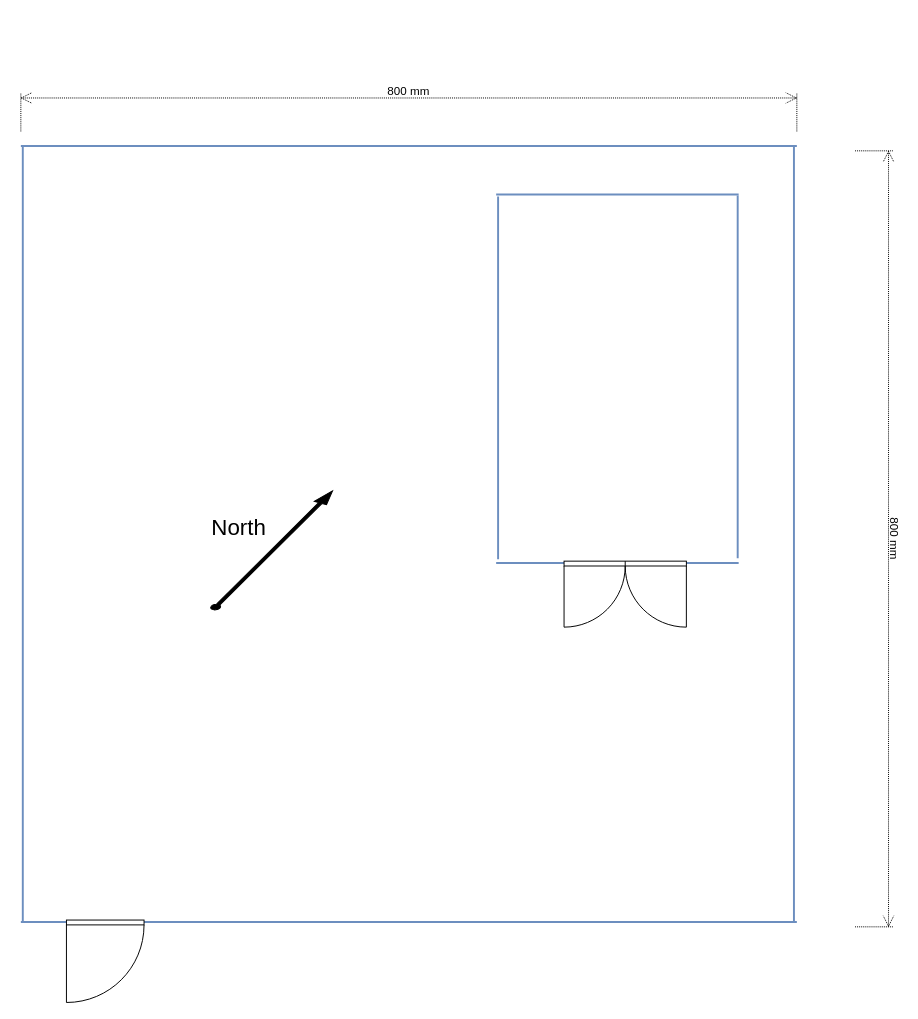
Before: page "garden" (3 of 3) of HouseRoof.drawio in algimas/tmp, a draw.io diagram. Source tidied: cells renumbered, new cells numbered last; positions are measured from the earlier drawing's top-left corner, leaving out a move shared by most shapes. Both pictures are drawn from the tidied source at 97%, with x=0, y=0 at pixel (-366, -276).
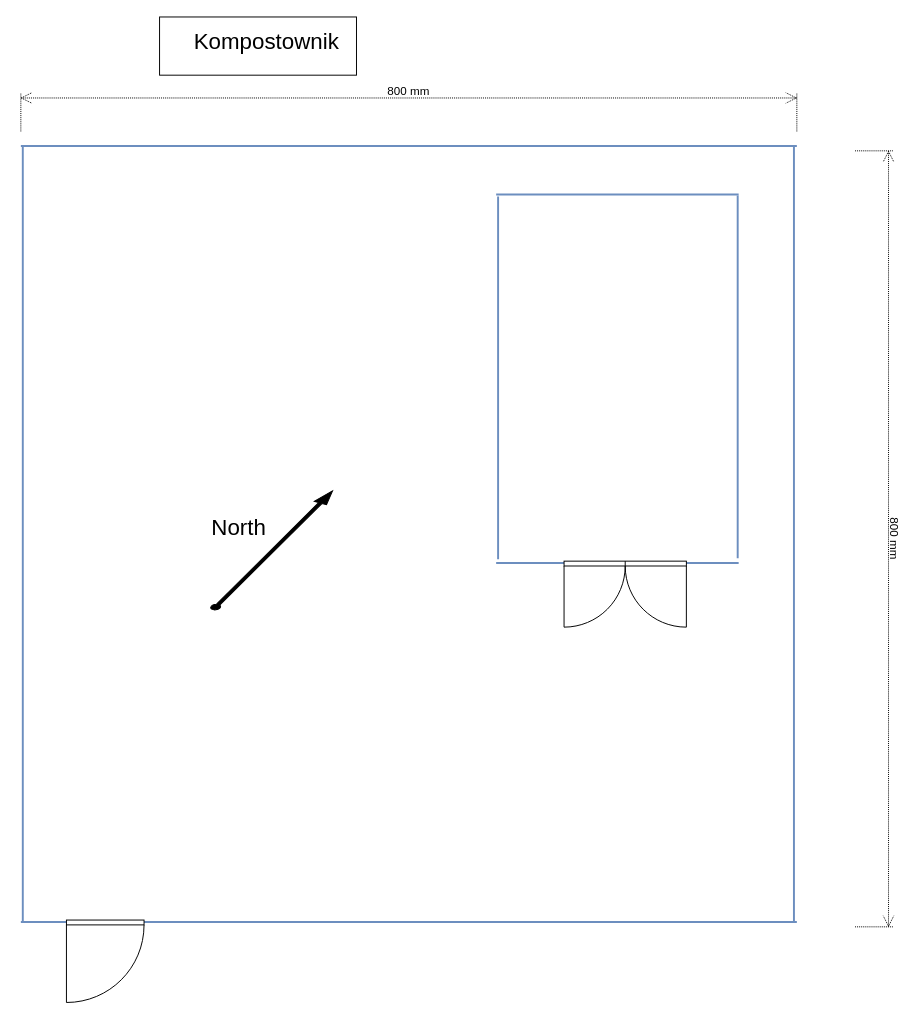
After the change.

What changed in the source:
```diff
@@
 <mxGraphModel>
   <root>
     <mxCell id="0" />
     <mxCell id="1" parent="0" />
     <mxCell id="2" style="line;strokeWidth=2;html=1;rotation=-90;fillColor=#dae8fc;strokeColor=#6c8ebf;" parent="1" vertex="1">
       <mxGeometry y="830" width="800" height="10" as="geometry" />
     </mxCell>
     <mxCell id="3" value="800 mm" style="shape=dimension;direction=south;whiteSpace=wrap;html=1;align=center;verticalAlign=top;labelBackgroundColor=none;horizontal=0;spacingTop=-15;rotation=180;dashed=1;dashPattern=1 1;" parent="1" vertex="1">
       <mxGeometry x="1258" y="440" width="40" height="800" as="geometry" />
     </mxCell>
     <mxCell id="4" value="800 mm" style="shape=dimension;direction=south;whiteSpace=wrap;html=1;align=center;verticalAlign=top;labelBackgroundColor=none;horizontal=0;spacingTop=-15;rotation=90;dashed=1;dashPattern=1 1;" parent="1" vertex="1">
       <mxGeometry x="778" width="40" height="800" as="geometry" />
     </mxCell>
     <mxCell id="5" style="line;strokeWidth=2;html=1;rotation=0;fillColor=#dae8fc;strokeColor=#6c8ebf;" parent="1" vertex="1">
       <mxGeometry x="398" y="430" width="800" height="10" as="geometry" />
     </mxCell>
     <mxCell id="6" style="line;strokeWidth=2;html=1;rotation=-90;fillColor=#dae8fc;strokeColor=#6c8ebf;" parent="1" vertex="1">
       <mxGeometry x="795" y="830" width="800" height="10" as="geometry" />
     </mxCell>
     <mxCell id="7" style="line;strokeWidth=2;html=1;rotation=0;fillColor=#dae8fc;strokeColor=#6c8ebf;" parent="1" vertex="1">
       <mxGeometry x="398" y="1230" width="800" height="10" as="geometry" />
     </mxCell>
     <mxCell id="8" style="line;strokeWidth=2;html=1;rotation=0;fillColor=#dae8fc;strokeColor=#6c8ebf;" parent="1" vertex="1">
       <mxGeometry x="888" y="860" width="250" height="10" as="geometry" />
     </mxCell>
     <mxCell id="9" style="line;strokeWidth=2;html=1;rotation=0;fillColor=#dae8fc;strokeColor=#6c8ebf;" parent="1" vertex="1">
       <mxGeometry x="888" y="480" width="250" height="10" as="geometry" />
     </mxCell>
     <mxCell id="10" style="line;strokeWidth=2;html=1;rotation=-90;fillColor=#dae8fc;strokeColor=#6c8ebf;" parent="1" vertex="1">
       <mxGeometry x="950" y="668" width="374" height="10" as="geometry" />
     </mxCell>
     <mxCell id="11" style="line;strokeWidth=2;html=1;rotation=-90;fillColor=#dae8fc;strokeColor=#6c8ebf;" parent="1" vertex="1">
       <mxGeometry x="703" y="669" width="374" height="10" as="geometry" />
     </mxCell>
     <mxCell id="12" style="verticalLabelPosition=bottom;html=1;verticalAlign=top;align=center;shape=mxgraph.floorplan.doorLeft;" parent="1" vertex="1">
       <mxGeometry x="445" y="1233" width="80" height="85" as="geometry" />
     </mxCell>
     <mxCell id="13" style="verticalLabelPosition=bottom;html=1;verticalAlign=top;align=center;shape=mxgraph.floorplan.doorDouble;" parent="1" vertex="1">
       <mxGeometry x="958" y="863" width="126.1" height="67" as="geometry" />
     </mxCell>
     <mxCell id="14" style="verticalLabelPosition=bottom;html=1;verticalAlign=top;strokeWidth=1;align=center;dashed=0;shape=mxgraph.aws3d.arrowNE;fillColor=#000000;rotation=-15;" parent="1" vertex="1">
       <mxGeometry x="580.7" y="808.8" width="152.5" height="87.1" as="geometry" />
     </mxCell>
     <mxCell id="15" value="North" style="text;html=1;whiteSpace=wrap;strokeColor=none;fillColor=none;align=center;verticalAlign=middle;rounded=0;fontSize=23;" parent="1" vertex="1">
       <mxGeometry x="593" y="814" width="60" height="30" as="geometry" />
     </mxCell>
+    <mxCell id="16" style="rounded=0;whiteSpace=wrap;html=1;" parent="1" vertex="1">
+      <mxGeometry x="541" y="302" width="203" height="60" as="geometry" />
+    </mxCell>
+    <mxCell id="17" value="Kompostownik" style="text;html=1;whiteSpace=wrap;strokeColor=none;fillColor=none;align=center;verticalAlign=middle;rounded=0;fontSize=23;" parent="1" vertex="1">
+      <mxGeometry x="574" y="313" width="155" height="30" as="geometry" />
+    </mxCell>
   </root>
 </mxGraphModel>
```
